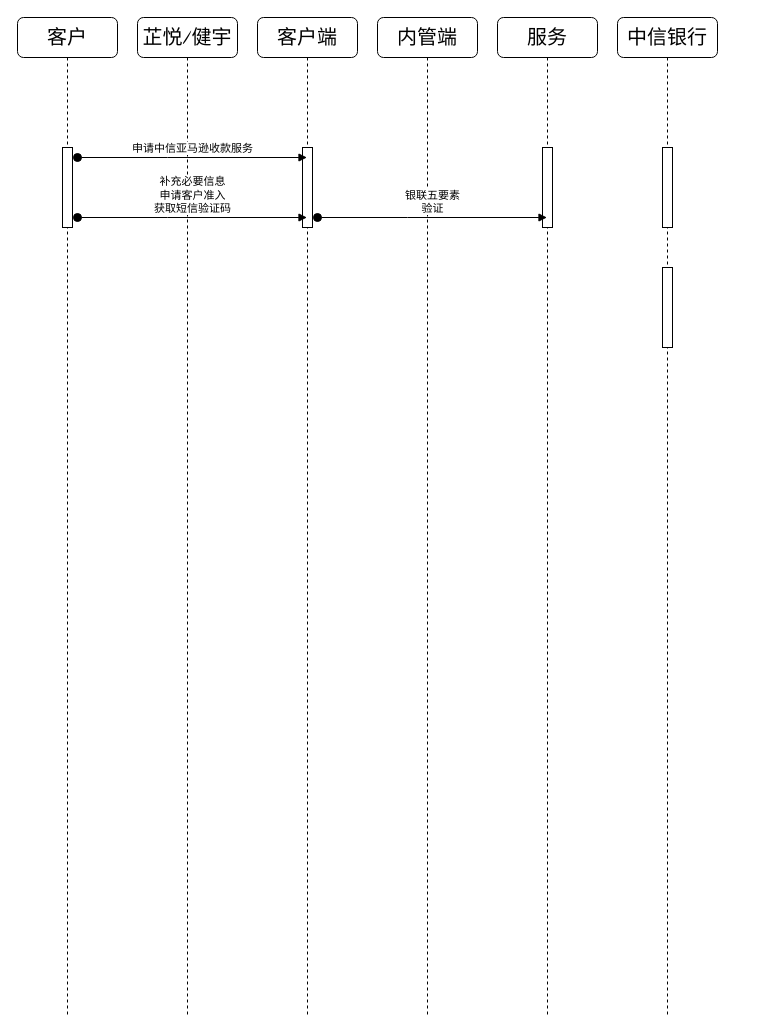
This is LLSI/中信银行.drawio from 0573xieguojia/To-program, a draw.io file, before an edit. Source tidied: cells renumbered, new cells numbered last; positions are measured from the earlier drawing's top-left corner, leaving out a move shared by most shapes. Both pictures are drawn from the tidied source at 100%, with x=0, y=0 at pixel (17, 17).
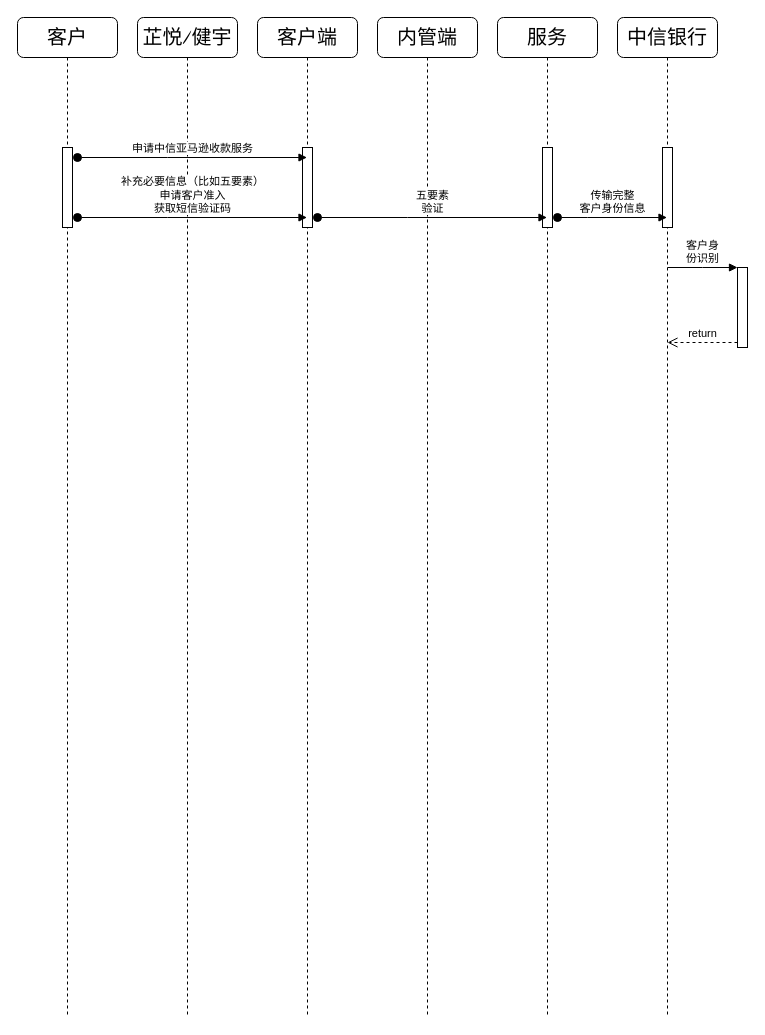
The same diagram, later.

Commit message:
更新中信银行.drawio

Unchanged cells that the change refers to:
```xml
<mxCell id="5" value="客户端" style="shape=umlLifeline;perimeter=lifelinePerimeter;whiteSpace=wrap;html=1;outlineConnect=0;portConstraint=eastwest;newEdgeStyle={&quot;edgeStyle&quot;:&quot;elbowEdgeStyle&quot;,&quot;elbow&quot;:&quot;vertical&quot;,&quot;curved&quot;:0,&quot;rounded&quot;:0};hachureGap=4;fontFamily=Architects Daughter;fontSize=20;rounded=1;" parent="1" vertex="1">
  <mxGeometry x="240" width="100" height="1000" as="geometry" />
</mxCell>
<mxCell id="8" value="服务" style="shape=umlLifeline;perimeter=lifelinePerimeter;whiteSpace=wrap;html=1;outlineConnect=0;portConstraint=eastwest;newEdgeStyle={&quot;edgeStyle&quot;:&quot;elbowEdgeStyle&quot;,&quot;elbow&quot;:&quot;vertical&quot;,&quot;curved&quot;:0,&quot;rounded&quot;:0};hachureGap=4;fontFamily=Architects Daughter;fontSize=20;rounded=1;" parent="1" vertex="1">
  <mxGeometry x="480" width="100" height="1000" as="geometry" />
</mxCell>
<mxCell id="10" value="中信银行" style="shape=umlLifeline;perimeter=lifelinePerimeter;whiteSpace=wrap;html=1;outlineConnect=0;portConstraint=eastwest;newEdgeStyle={&quot;edgeStyle&quot;:&quot;elbowEdgeStyle&quot;,&quot;elbow&quot;:&quot;vertical&quot;,&quot;curved&quot;:0,&quot;rounded&quot;:0};hachureGap=4;fontFamily=Architects Daughter;fontSize=20;rounded=1;" parent="1" vertex="1">
  <mxGeometry x="600" width="100" height="1000" as="geometry" />
</mxCell>
```

Diff of the diagram source:
```diff
@@
-    <mxCell id="12" style="html=1;perimeter=orthogonalPerimeter;targetShapes=umlLifeline;newEdgeStyle={&quot;edgeStyle&quot;:&quot;elbowEdgeStyle&quot;,&quot;elbow&quot;:&quot;vertical&quot;,&quot;curved&quot;:0,&quot;rounded&quot;:0};" parent="10" vertex="1">
-      <mxGeometry x="45" y="250" width="10" height="80" as="geometry" />
-    </mxCell>
@@
-    <mxCell id="14" value="补充必要信息&lt;br&gt;申请客户准入&lt;br&gt;获取短信验证码" style="html=1;verticalAlign=bottom;startArrow=oval;startFill=1;endArrow=block;startSize=8;edgeStyle=elbowEdgeStyle;elbow=vertical;curved=0;rounded=0;" parent="1" edge="1" target="5">
+    <mxCell id="14" value="补充必要信息（比如五要素）&lt;br&gt;申请客户准入&lt;br&gt;获取短信验证码" style="html=1;verticalAlign=bottom;startArrow=oval;startFill=1;endArrow=block;startSize=8;edgeStyle=elbowEdgeStyle;elbow=vertical;curved=0;rounded=0;" parent="1" edge="1" target="5">
       <mxGeometry relative="1" as="geometry">
         <mxPoint x="60" y="200" as="sourcePoint" />
       </mxGeometry>
     </mxCell>
-    <mxCell id="15" value="银联五要素&lt;br style=&quot;border-color: var(--border-color);&quot;&gt;验证" style="html=1;verticalAlign=bottom;startArrow=oval;startFill=1;endArrow=block;startSize=8;edgeStyle=elbowEdgeStyle;elbow=vertical;curved=0;rounded=0;" parent="1" edge="1" target="8">
+    <mxCell id="15" value="五要素&lt;br style=&quot;border-color: var(--border-color);&quot;&gt;验证" style="html=1;verticalAlign=bottom;startArrow=oval;startFill=1;endArrow=block;startSize=8;edgeStyle=elbowEdgeStyle;elbow=vertical;curved=0;rounded=0;" parent="1" edge="1" target="8">
       <mxGeometry relative="1" as="geometry">
         <mxPoint x="300" y="200" as="sourcePoint" />
       </mxGeometry>
     </mxCell>
+    <mxCell id="16" value="传输完整&lt;br&gt;客户身份信息" style="html=1;verticalAlign=bottom;startArrow=oval;startFill=1;endArrow=block;startSize=8;edgeStyle=elbowEdgeStyle;elbow=vertical;curved=0;rounded=0;" parent="1" edge="1" target="10">
+      <mxGeometry relative="1" as="geometry">
+        <mxPoint x="540" y="200" as="sourcePoint" />
+      </mxGeometry>
+    </mxCell>
+    <mxCell id="17" style="html=1;points=[];perimeter=orthogonalPerimeter;outlineConnect=0;targetShapes=umlLifeline;portConstraint=eastwest;newEdgeStyle={&quot;edgeStyle&quot;:&quot;elbowEdgeStyle&quot;,&quot;elbow&quot;:&quot;vertical&quot;,&quot;curved&quot;:0,&quot;rounded&quot;:0};" parent="1" vertex="1">
+      <mxGeometry x="720" y="250" width="10" height="80" as="geometry" />
+    </mxCell>
+    <mxCell id="18" value="客户身&lt;br&gt;份识别" style="html=1;verticalAlign=bottom;endArrow=block;edgeStyle=elbowEdgeStyle;elbow=vertical;curved=0;rounded=0;" parent="1" edge="1" target="17">
+      <mxGeometry relative="1" as="geometry">
+        <mxPoint x="650" y="250" as="sourcePoint" />
+      </mxGeometry>
+    </mxCell>
+    <mxCell id="19" value="return" style="html=1;verticalAlign=bottom;endArrow=open;dashed=1;endSize=8;edgeStyle=elbowEdgeStyle;elbow=vertical;curved=0;rounded=0;" parent="1" edge="1" source="17">
+      <mxGeometry relative="1" as="geometry">
+        <mxPoint x="650" y="325" as="targetPoint" />
+      </mxGeometry>
+    </mxCell>
```
